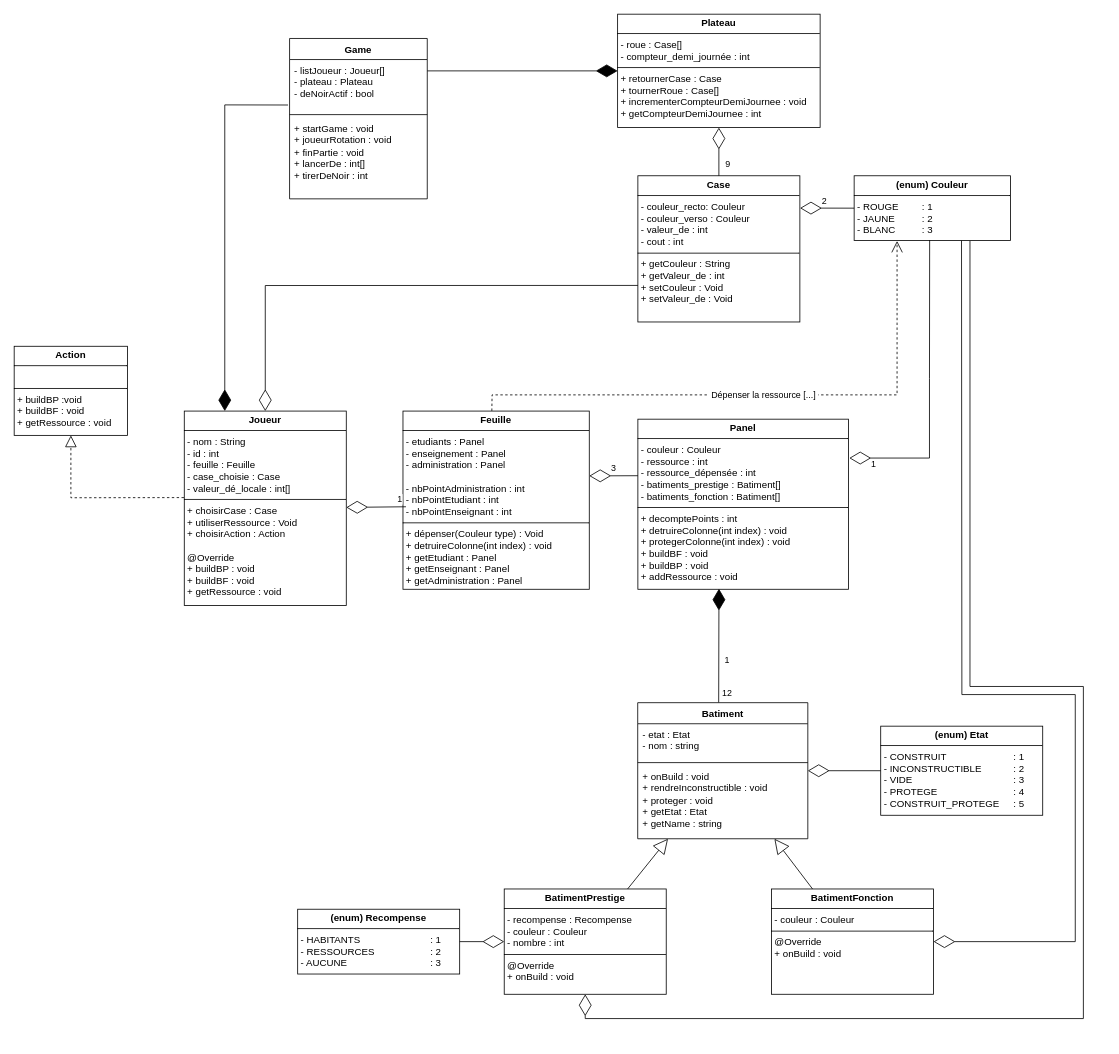
Before: diagrammeClassTroyes-Dice.drawio in AntoineMilochevitch/Troyes-Dice, a draw.io diagram. Source tidied: cells renumbered, new cells numbered last; positions are measured from the earlier drawing's top-left corner, leaving out a move shared by most shapes. Both pictures are drawn from the tidied source at 81%, with x=0, y=0 at pixel (14, 14).
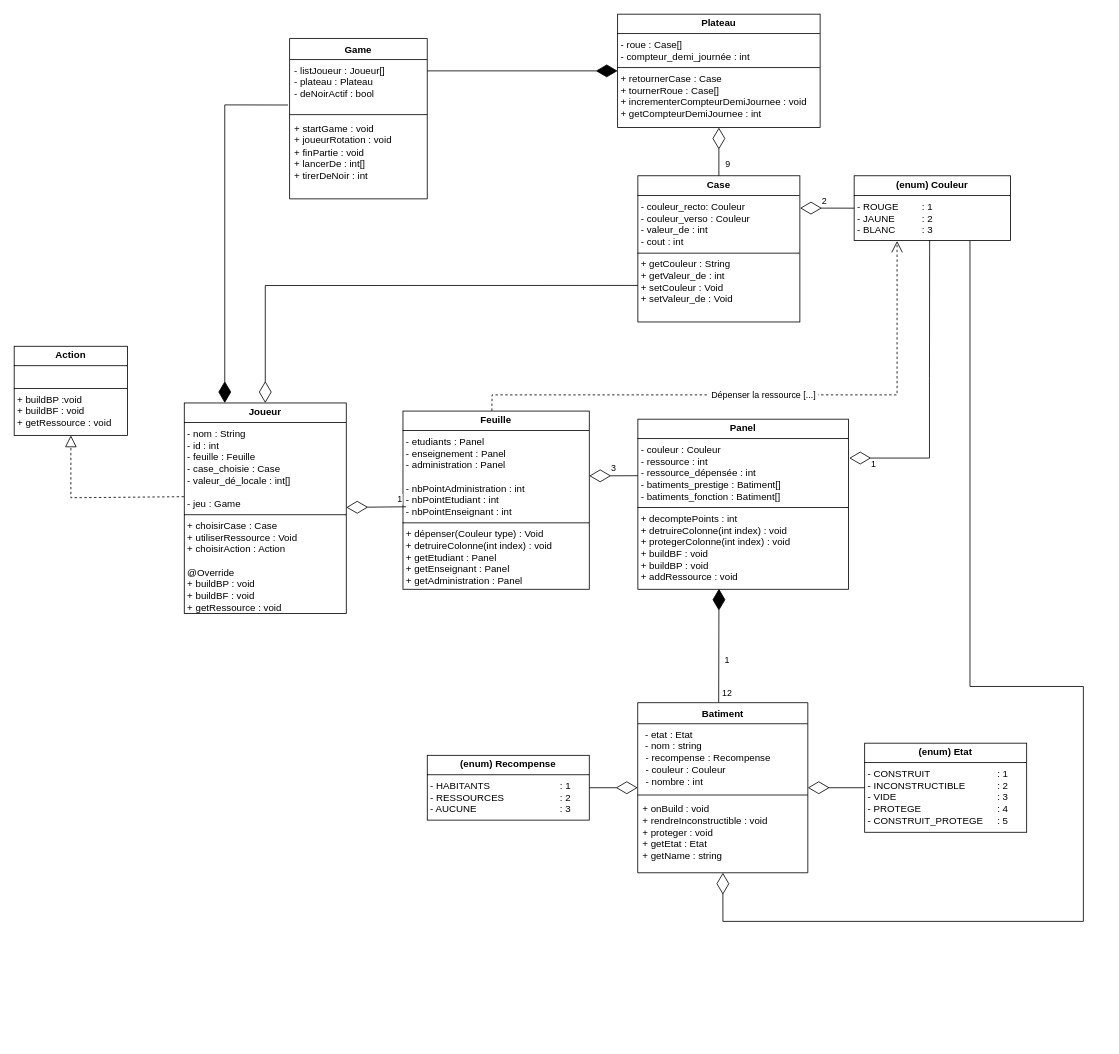
The same diagram, later.

Commit message:
Mettre à jour diagrammeClassTroyes-Dice.drawio

The change refers to these unchanged cells:
```xml
<mxCell id="15" value="&lt;p style=&quot;margin:0px;margin-top:4px;text-align:center;&quot;&gt;&lt;b&gt;(enum) Couleur&lt;/b&gt;&lt;/p&gt;&lt;hr size=&quot;1&quot; style=&quot;border-style:solid;&quot;&gt;&lt;p style=&quot;margin:0px;margin-left:4px;&quot;&gt;- ROUGE&lt;span style=&quot;white-space: pre;&quot;&gt;&#9;&lt;span style=&quot;white-space: pre;&quot;&gt;&#9;&lt;/span&gt;: &lt;/span&gt;1&lt;/p&gt;&lt;p style=&quot;margin:0px;margin-left:4px;&quot;&gt;- JAUNE&lt;span style=&quot;white-space: pre;&quot;&gt;&#9;&lt;/span&gt;&amp;nbsp;&lt;span style=&quot;white-space: pre;&quot;&gt;&#9;&lt;/span&gt;: 2&lt;/p&gt;&lt;p style=&quot;margin:0px;margin-left:4px;&quot;&gt;- BLANC&lt;span style=&quot;white-space: pre;&quot;&gt;&#9;&lt;/span&gt;&lt;span style=&quot;white-space: pre;&quot;&gt;&#9;&lt;/span&gt;: 3&lt;/p&gt;" style="verticalAlign=top;align=left;overflow=fill;html=1;whiteSpace=wrap;" parent="1" vertex="1">
  <mxGeometry x="1037" y="199.5" width="193" height="80" as="geometry" />
</mxCell>
<mxCell id="24" value="- listJoueur : Joueur[]&lt;div&gt;- plateau : Plateau&lt;/div&gt;&lt;div&gt;- deNoirActif : bool&lt;/div&gt;" style="text;strokeColor=none;fillColor=none;align=left;verticalAlign=top;spacingLeft=4;spacingRight=4;overflow=hidden;points=[[0,0.5],[1,0.5]];portConstraint=eastwest;whiteSpace=wrap;html=1;" parent="23" vertex="1">
  <mxGeometry y="26" width="170" height="64" as="geometry" />
</mxCell>
```

Change to the diagram source:
```diff
@@
-    <mxCell id="2" value="&lt;p style=&quot;margin:0px;margin-top:4px;text-align:center;&quot;&gt;&lt;b&gt;Joueur&lt;/b&gt;&lt;/p&gt;&lt;hr size=&quot;1&quot; style=&quot;border-style:solid;&quot;&gt;&lt;p style=&quot;margin:0px;margin-left:4px;&quot;&gt;- nom : String&lt;/p&gt;&lt;p style=&quot;margin:0px;margin-left:4px;&quot;&gt;- id : int&lt;/p&gt;&lt;p style=&quot;margin:0px;margin-left:4px;&quot;&gt;- feuille : Feuille&lt;/p&gt;&lt;p style=&quot;margin:0px;margin-left:4px;&quot;&gt;- case_choisie : Case&lt;/p&gt;&lt;p style=&quot;margin:0px;margin-left:4px;&quot;&gt;- valeur_dé_locale : int[]&lt;/p&gt;&lt;hr size=&quot;1&quot; style=&quot;border-style:solid;&quot;&gt;&lt;p style=&quot;margin:0px;margin-left:4px;&quot;&gt;+ choisirCase : Case&lt;/p&gt;&lt;p style=&quot;margin:0px;margin-left:4px;&quot;&gt;+ utiliserRessource : Void&lt;/p&gt;&lt;p style=&quot;margin:0px;margin-left:4px;&quot;&gt;+ choisirAction : Action&lt;/p&gt;&lt;p style=&quot;margin:0px;margin-left:4px;&quot;&gt;&lt;span style=&quot;background-color: initial;&quot;&gt;&lt;br&gt;&lt;/span&gt;&lt;/p&gt;&lt;p style=&quot;margin:0px;margin-left:4px;&quot;&gt;&lt;span style=&quot;background-color: initial;&quot;&gt;@Override&lt;/span&gt;&lt;/p&gt;&lt;p style=&quot;margin:0px;margin-left:4px;&quot;&gt;+ buildBP : void&lt;/p&gt;&lt;p style=&quot;margin:0px;margin-left:4px;&quot;&gt;+ buildBF : void&lt;/p&gt;&lt;p style=&quot;margin:0px;margin-left:4px;&quot;&gt;+ getRessource : void&lt;/p&gt;" style="verticalAlign=top;align=left;overflow=fill;html=1;whiteSpace=wrap;" parent="1" vertex="1">
-      <mxGeometry x="210" y="490" width="200" height="240" as="geometry" />
+    <mxCell id="2" value="&lt;p style=&quot;margin:0px;margin-top:4px;text-align:center;&quot;&gt;&lt;b&gt;Joueur&lt;/b&gt;&lt;/p&gt;&lt;hr size=&quot;1&quot; style=&quot;border-style:solid;&quot;&gt;&lt;p style=&quot;margin:0px;margin-left:4px;&quot;&gt;- nom : String&lt;/p&gt;&lt;p style=&quot;margin:0px;margin-left:4px;&quot;&gt;- id : int&lt;/p&gt;&lt;p style=&quot;margin:0px;margin-left:4px;&quot;&gt;- feuille : Feuille&lt;/p&gt;&lt;p style=&quot;margin:0px;margin-left:4px;&quot;&gt;- case_choisie : Case&lt;/p&gt;&lt;p style=&quot;margin:0px;margin-left:4px;&quot;&gt;- valeur_dé_locale : int[]&lt;/p&gt;&lt;p style=&quot;margin:0px;margin-left:4px;&quot;&gt;&lt;br&gt;&lt;/p&gt;&lt;p style=&quot;margin:0px;margin-left:4px;&quot;&gt;- jeu : Game&lt;/p&gt;&lt;hr size=&quot;1&quot; style=&quot;border-style:solid;&quot;&gt;&lt;p style=&quot;margin:0px;margin-left:4px;&quot;&gt;+ choisirCase : Case&lt;/p&gt;&lt;p style=&quot;margin:0px;margin-left:4px;&quot;&gt;+ utiliserRessource : Void&lt;/p&gt;&lt;p style=&quot;margin:0px;margin-left:4px;&quot;&gt;+ choisirAction : Action&lt;/p&gt;&lt;p style=&quot;margin:0px;margin-left:4px;&quot;&gt;&lt;span style=&quot;background-color: initial;&quot;&gt;&lt;br&gt;&lt;/span&gt;&lt;/p&gt;&lt;p style=&quot;margin:0px;margin-left:4px;&quot;&gt;&lt;span style=&quot;background-color: initial;&quot;&gt;@Override&lt;/span&gt;&lt;/p&gt;&lt;p style=&quot;margin:0px;margin-left:4px;&quot;&gt;+ buildBP : void&lt;/p&gt;&lt;p style=&quot;margin:0px;margin-left:4px;&quot;&gt;+ buildBF : void&lt;/p&gt;&lt;p style=&quot;margin:0px;margin-left:4px;&quot;&gt;+ getRessource : void&lt;/p&gt;" style="verticalAlign=top;align=left;overflow=fill;html=1;whiteSpace=wrap;" parent="1" vertex="1">
+      <mxGeometry x="210" y="480" width="200" height="260" as="geometry" />
     </mxCell>
@@
-    <mxCell id="20" value="&lt;p style=&quot;margin:0px;margin-top:4px;text-align:center;&quot;&gt;&lt;b&gt;BatimentPrestige&lt;/b&gt;&lt;/p&gt;&lt;hr size=&quot;1&quot; style=&quot;border-style:solid;&quot;&gt;&lt;p style=&quot;margin: 0px 0px 0px 4px;&quot;&gt;- recompense : Recompense&lt;/p&gt;&lt;p style=&quot;margin: 0px 0px 0px 4px;&quot;&gt;- couleur : Couleur&lt;/p&gt;&lt;p style=&quot;margin: 0px 0px 0px 4px;&quot;&gt;- nombre : int&lt;/p&gt;&lt;hr size=&quot;1&quot; style=&quot;border-style:solid;&quot;&gt;&lt;p style=&quot;margin: 0px 0px 0px 4px;&quot;&gt;&lt;span style=&quot;background-color: initial;&quot;&gt;@Override&lt;/span&gt;&lt;/p&gt;&lt;p style=&quot;margin: 0px 0px 0px 4px;&quot;&gt;+ onBuild : void&lt;/p&gt;" style="verticalAlign=top;align=left;overflow=fill;html=1;whiteSpace=wrap;" parent="1" vertex="1">
-      <mxGeometry x="605" y="1080" width="200" height="130" as="geometry" />
-    </mxCell>
     <mxCell id="21" value="&lt;p style=&quot;margin:0px;margin-top:4px;text-align:center;&quot;&gt;&lt;b&gt;(enum) Etat&lt;/b&gt;&lt;/p&gt;&lt;hr size=&quot;1&quot; style=&quot;border-style:solid;&quot;&gt;&lt;p style=&quot;margin:0px;margin-left:4px;&quot;&gt;- CONSTRUIT&lt;span style=&quot;white-space: pre;&quot;&gt;&lt;span style=&quot;white-space: pre;&quot;&gt;&#9;&lt;/span&gt;                        : &lt;/span&gt;1&lt;/p&gt;&lt;p style=&quot;margin:0px;margin-left:4px;&quot;&gt;- INCONSTRUCTIBLE&lt;span style=&quot;white-space: pre;&quot;&gt;&#9;&lt;/span&gt;&amp;nbsp;&lt;span style=&quot;white-space: pre;&quot;&gt;&#9;&lt;/span&gt;: 2&lt;/p&gt;&lt;p style=&quot;margin:0px;margin-left:4px;&quot;&gt;- VIDE&amp;nbsp; &amp;nbsp; &amp;nbsp; &amp;nbsp; &amp;nbsp; &amp;nbsp; &amp;nbsp; &amp;nbsp; &amp;nbsp; &amp;nbsp; &amp;nbsp; &amp;nbsp;&amp;nbsp;&lt;span style=&quot;white-space: pre;&quot;&gt;&#9;&lt;/span&gt;&lt;span style=&quot;white-space: pre;&quot;&gt;&#9;&lt;/span&gt;: 3&lt;/p&gt;&lt;p style=&quot;margin:0px;margin-left:4px;&quot;&gt;- PROTEGE&lt;span style=&quot;white-space: pre;&quot;&gt;&#9;&lt;/span&gt;&lt;span style=&quot;white-space: pre;&quot;&gt;&#9;&lt;/span&gt;&lt;span style=&quot;white-space: pre;&quot;&gt;&#9;&lt;/span&gt;&lt;span style=&quot;white-space: pre;&quot;&gt;&#9;&lt;/span&gt;: 4&lt;/p&gt;&lt;p style=&quot;margin:0px;margin-left:4px;&quot;&gt;- CONSTRUIT_PROTEGE&lt;span style=&quot;white-space: pre;&quot;&gt;&#9;&lt;/span&gt;: 5&lt;/p&gt;" style="verticalAlign=top;align=left;overflow=fill;html=1;whiteSpace=wrap;" parent="1" vertex="1">
-      <mxGeometry x="1069.8" y="879" width="200" height="110" as="geometry" />
+      <mxGeometry x="1050" y="900" width="200" height="110" as="geometry" />
     </mxCell>
@@
     <mxCell id="28" style="endArrow=diamondThin;endFill=1;endSize=24;html=1;rounded=0;exitX=-0.011;exitY=0.877;exitDx=0;exitDy=0;exitPerimeter=0;" parent="1" edge="1" source="24">
       <mxGeometry relative="1" as="geometry">
-        <mxPoint x="260" y="490" as="targetPoint" />
+        <mxPoint x="260" y="480" as="targetPoint" />
         <Array as="points">
           <mxPoint x="260" y="112" />
         </Array>
       </mxGeometry>
     </mxCell>
@@
-    <mxCell id="31" value="&lt;p style=&quot;margin:0px;margin-top:4px;text-align:center;&quot;&gt;&lt;b&gt;BatimentFonction&lt;/b&gt;&lt;/p&gt;&lt;hr size=&quot;1&quot; style=&quot;border-style:solid;&quot;&gt;&lt;p style=&quot;margin: 0px 0px 0px 4px;&quot;&gt;&lt;span style=&quot;background-color: initial;&quot;&gt;- couleur : Couleur&lt;/span&gt;&lt;/p&gt;&lt;hr size=&quot;1&quot; style=&quot;border-style:solid;&quot;&gt;&lt;p style=&quot;margin:0px;margin-left:4px;&quot;&gt;&lt;span style=&quot;background-color: initial;&quot;&gt;@Override&lt;/span&gt;&lt;/p&gt;&lt;p style=&quot;margin: 0px 0px 0px 4px;&quot;&gt;+ onBuild : void&lt;/p&gt;&lt;p style=&quot;margin: 0px 0px 0px 4px;&quot;&gt;&lt;br&gt;&lt;/p&gt;&lt;p style=&quot;margin: 0px 0px 0px 4px;&quot;&gt;&lt;br&gt;&lt;/p&gt;&lt;p style=&quot;margin:0px;margin-left:4px;&quot;&gt;&lt;br&gt;&lt;/p&gt;" style="verticalAlign=top;align=left;overflow=fill;html=1;whiteSpace=wrap;" parent="1" vertex="1">
-      <mxGeometry x="935" y="1080" width="200" height="130" as="geometry" />
-    </mxCell>
@@
     <mxCell id="34" value="Batiment" style="swimlane;fontStyle=1;align=center;verticalAlign=top;horizontal=1;startSize=26;whiteSpace=wrap;html=1;" parent="1" vertex="1">
-      <mxGeometry x="769.8" y="850" width="210" height="168" as="geometry" />
+      <mxGeometry x="769.8" y="850" width="210" height="210" as="geometry" />
     </mxCell>
-    <mxCell id="35" value="- etat : Etat&lt;div&gt;&lt;span style=&quot;font-family: Helvetica;&quot;&gt;- nom : string&lt;/span&gt;&lt;/div&gt;" style="text;strokeColor=none;fillColor=none;align=left;verticalAlign=top;spacingLeft=4;spacingRight=4;overflow=hidden;whiteSpace=wrap;html=1;" parent="34" vertex="1">
-      <mxGeometry y="26" width="210" height="44" as="geometry" />
+    <mxCell id="35" value="&amp;nbsp;- etat : Etat&lt;div&gt;&lt;span style=&quot;font-family: Helvetica;&quot;&gt;&amp;nbsp;- nom : string&lt;/span&gt;&lt;/div&gt;&lt;div&gt;&lt;p style=&quot;font-family: Helvetica; margin: 0px 0px 0px 4px;&quot;&gt;- recompense : Recompense&lt;/p&gt;&lt;p style=&quot;font-family: Helvetica; margin: 0px 0px 0px 4px;&quot;&gt;- couleur : Couleur&lt;/p&gt;&lt;p style=&quot;font-family: Helvetica; margin: 0px 0px 0px 4px;&quot;&gt;- nombre : int&lt;/p&gt;&lt;/div&gt;" style="text;strokeColor=none;fillColor=none;align=left;verticalAlign=top;spacingLeft=4;spacingRight=4;overflow=hidden;whiteSpace=wrap;html=1;" parent="34" vertex="1">
+      <mxGeometry y="26" width="210" height="84" as="geometry" />
     </mxCell>
     <mxCell id="36" style="line;strokeWidth=1;fillColor=none;align=left;verticalAlign=middle;spacingTop=-1;spacingLeft=3;spacingRight=3;labelPosition=right;strokeColor=inherit;" parent="34" vertex="1">
-      <mxGeometry y="70" width="210" height="8" as="geometry" />
+      <mxGeometry y="110" width="210" height="8" as="geometry" />
     </mxCell>
     <mxCell id="37" value="+ onBuild : void&lt;div&gt;+ rendreInconstructible : void&lt;/div&gt;&lt;div&gt;+ proteger : void&lt;/div&gt;&lt;div&gt;+ getEtat : Etat&lt;/div&gt;&lt;div&gt;+ getName : string&lt;/div&gt;" style="text;strokeColor=none;fillColor=none;align=left;verticalAlign=top;spacingLeft=4;spacingRight=4;overflow=hidden;whiteSpace=wrap;html=1;" parent="34" vertex="1">
-      <mxGeometry y="78" width="210" height="90" as="geometry" />
+      <mxGeometry y="118" width="210" height="92" as="geometry" />
     </mxCell>
-    <mxCell id="38" style="endArrow=block;endSize=16;endFill=0;html=1;rounded=0;" parent="1" edge="1" source="20" target="34">
-      <mxGeometry relative="1" as="geometry" />
-    </mxCell>
-    <mxCell id="39" style="endArrow=block;endSize=16;endFill=0;html=1;rounded=0;" parent="1" edge="1" source="31" target="34">
-      <mxGeometry relative="1" as="geometry" />
-    </mxCell>
@@
-    <mxCell id="41" style="endArrow=diamondThin;endFill=0;endSize=24;html=1;rounded=0;" parent="1" edge="1" source="15" target="31">
-      <mxGeometry relative="1" as="geometry">
-        <Array as="points">
-          <mxPoint x="1170" y="280" />
-          <mxPoint x="1170" y="840" />
-          <mxPoint x="1310" y="840" />
-          <mxPoint x="1310" y="1145" />
-        </Array>
-      </mxGeometry>
-    </mxCell>
     <mxCell id="42" value="&lt;p style=&quot;margin:0px;margin-top:4px;text-align:center;&quot;&gt;&lt;b&gt;(enum) Recompense&lt;/b&gt;&lt;/p&gt;&lt;hr size=&quot;1&quot; style=&quot;border-style:solid;&quot;&gt;&lt;p style=&quot;margin:0px;margin-left:4px;&quot;&gt;- HABITANTS&lt;span style=&quot;white-space: pre;&quot;&gt;&lt;span style=&quot;white-space: pre;&quot;&gt;&#9;&lt;/span&gt;                        : &lt;/span&gt;1&lt;/p&gt;&lt;p style=&quot;margin:0px;margin-left:4px;&quot;&gt;- RESSOURCES&lt;span style=&quot;white-space: pre;&quot;&gt;&#9;&lt;/span&gt;&lt;span style=&quot;white-space: pre;&quot;&gt;&#9;&lt;/span&gt;&amp;nbsp;&lt;span style=&quot;white-space: pre;&quot;&gt;&#9;&lt;/span&gt;: 2&lt;/p&gt;&lt;p style=&quot;margin:0px;margin-left:4px;&quot;&gt;- AUCUNE&lt;span style=&quot;white-space: pre;&quot;&gt;&#9;&lt;/span&gt;&lt;span style=&quot;white-space: pre;&quot;&gt;&#9;&lt;/span&gt;&lt;span style=&quot;white-space: pre;&quot;&gt;&#9;&lt;/span&gt;&lt;span style=&quot;white-space: pre;&quot;&gt;&#9;&lt;/span&gt;: 3&lt;/p&gt;" style="verticalAlign=top;align=left;overflow=fill;html=1;whiteSpace=wrap;" parent="1" vertex="1">
-      <mxGeometry x="350" y="1105" width="200" height="80" as="geometry" />
+      <mxGeometry x="510" y="915" width="200" height="80" as="geometry" />
     </mxCell>
-    <mxCell id="43" style="endArrow=diamondThin;endFill=0;endSize=24;html=1;rounded=0;entryX=0.5;entryY=1;entryDx=0;entryDy=0;" parent="1" edge="1" target="20">
+    <mxCell id="43" style="endArrow=diamondThin;endFill=0;endSize=24;html=1;rounded=0;" parent="1" edge="1" target="34">
       <mxGeometry relative="1" as="geometry">
         <mxPoint x="1180" y="280" as="sourcePoint" />
         <Array as="points">
           <mxPoint x="1180" y="290" />
           <mxPoint x="1180" y="830" />
           <mxPoint x="1320" y="830" />
-          <mxPoint x="1320" y="1240" />
-          <mxPoint x="705" y="1240" />
+          <mxPoint x="1320" y="1120" />
+          <mxPoint x="875" y="1120" />
         </Array>
       </mxGeometry>
     </mxCell>
-    <mxCell id="44" style="endArrow=diamondThin;endFill=0;endSize=24;html=1;rounded=0;" parent="1" edge="1" source="42" target="20">
+    <mxCell id="44" style="endArrow=diamondThin;endFill=0;endSize=24;html=1;rounded=0;" parent="1" edge="1" source="42" target="34">
       <mxGeometry relative="1" as="geometry" />
     </mxCell>
```
